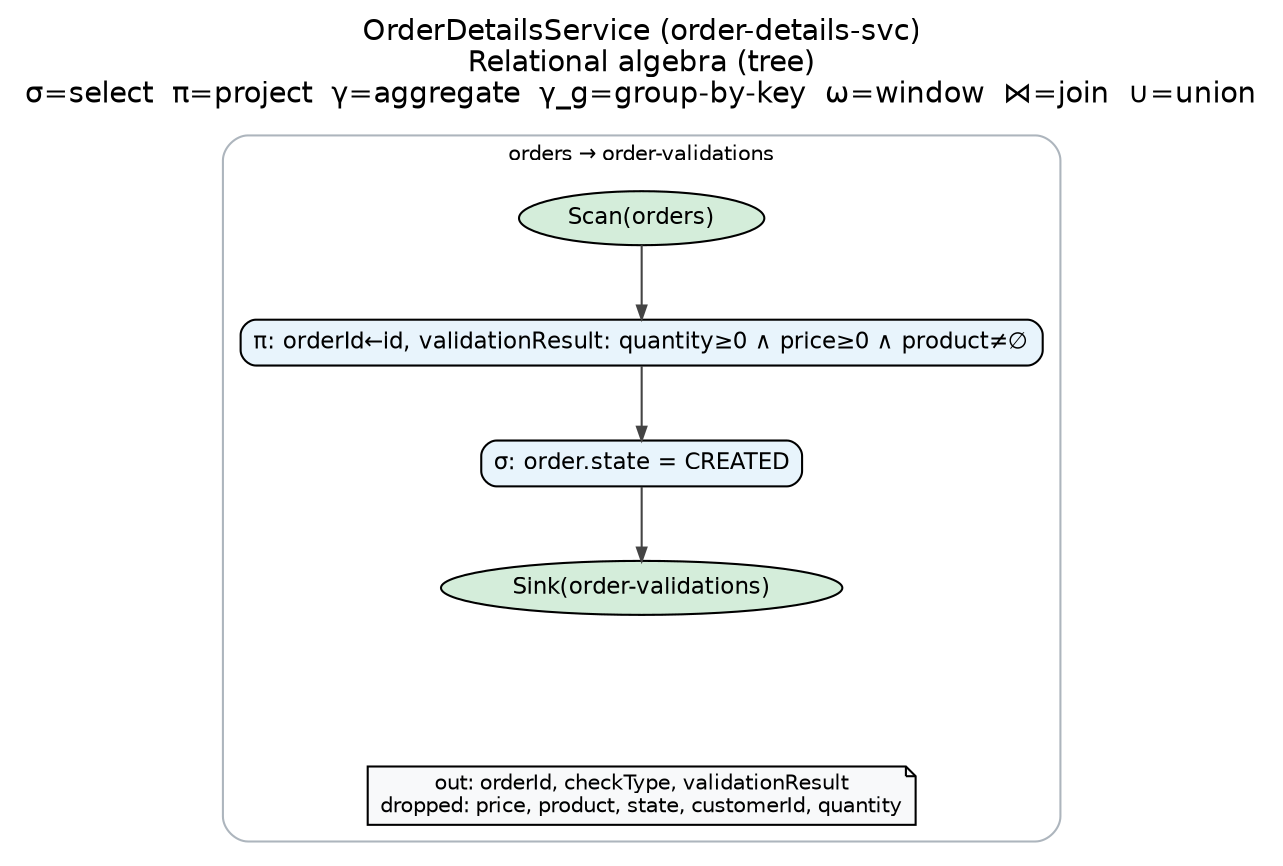
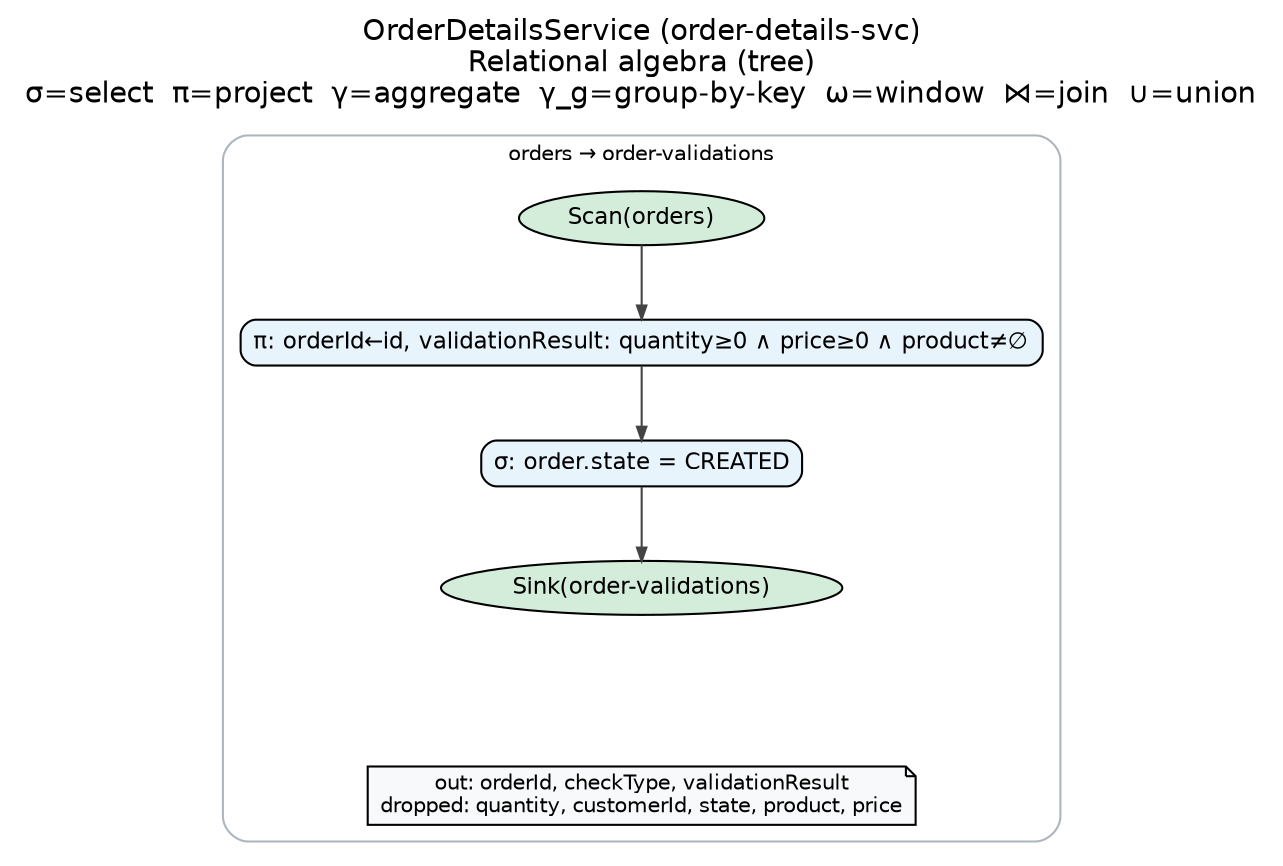
digraph ra {
  graph [rankdir=TB, bgcolor="white", fontname="Helvetica", splines=ortho, nodesep=0.35, ranksep=0.5, ordering="out"];
  node [fontname="Helvetica", fontsize=11, style=filled, height=0.3, margin="0.08,0.04"];
  edge [fontname="Helvetica", color="#444444", arrowsize=0.65];
  label="OrderDetailsService (order-details-svc)\nRelational algebra (tree)\nσ=select  π=project  γ=aggregate  γ_g=group-by-key  ω=window  ⋈=join  ∪=union";
  labelloc=t;
  fontsize=14;
  subgraph cluster_0 {
    label="orders → order-validations"; style=rounded; color="#adb5bd"; fontsize=10;
    p0_sink_order_validations [label="Sink(order-validations)", shape=ellipse, style="filled", fillcolor="#d4edda"];
    p0_sigma_order_state_crea_1 [label="σ: order.state = CREATED", shape=box, style="rounded,filled", fillcolor="#e8f4fc"];
    p0_pi_orderid_id_2 [label="π: orderId←id, validationResult: quantity≥0 ∧ price≥0 ∧ product≠∅", shape=box, style="rounded,filled", fillcolor="#e8f4fc"];
    p0_scan_orders [label="Scan(orders)", shape=ellipse, style="filled", fillcolor="#d4edda"];
    p0_scan_orders -> p0_pi_orderid_id_2;
    p0_pi_orderid_id_2 -> p0_sigma_order_state_crea_1;
    p0_sigma_order_state_crea_1 -> p0_sink_order_validations;
    r0anchor [style=invis, width=0, height=0, label=""];
    p0_sink_order_validations -> r0anchor [style=invis];
    r0anchor -> r0note [style=invis];
-     r0note [label="out: orderId, checkType, validationResult\ndropped: price, product, state, customerId, quantity", shape=note, fillcolor="#f8f9fa", fontsize=10];
+     r0note [label="out: orderId, checkType, validationResult\ndropped: quantity, customerId, state, product, price", shape=note, fillcolor="#f8f9fa", fontsize=10];
    { rank=max; r0note; }
  }
}